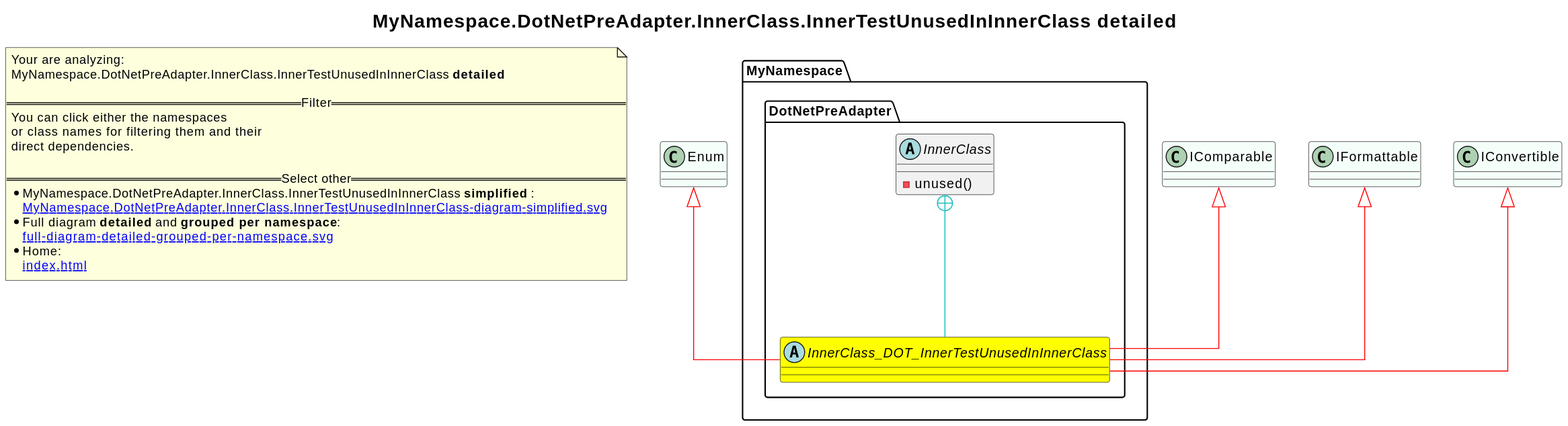
2BlackCoffees/revenger keeps this PlantUML diagram as revenger-csharp-adapter.out/MyNamespace.DotNetPreAdapter.InnerClass.InnerTestUnusedInInnerClass-diagram-detailed.svg. Above is the earlier version. Its diagram source:
```plantuml
@startuml
skinparam linetype ortho
title <size:20>MyNamespace.DotNetPreAdapter.InnerClass.InnerTestUnusedInInnerClass **detailed** </size>
note "Your are analyzing:\nMyNamespace.DotNetPreAdapter.InnerClass.InnerTestUnusedInInnerClass **detailed** \n\n==Filter==\nYou can click either the namespaces \nor class names for filtering them and their\ndirect dependencies.\n\n==Select other==\n* MyNamespace.DotNetPreAdapter.InnerClass.InnerTestUnusedInInnerClass **simplified** :\n   [[MyNamespace.DotNetPreAdapter.InnerClass.InnerTestUnusedInInnerClass-diagram-simplified.svg]]\n* Full diagram **detailed** and **grouped per namespace**:\n   [[full-diagram-detailed-grouped-per-namespace.svg]]\n* Home:\n   [[index.html]]" as FloatingNote
class Enum [[Enum-diagram-detailed.svg]] #MintCream {
}
class IComparable [[IComparable-diagram-detailed.svg]] #MintCream {
}
class IFormattable [[IFormattable-diagram-detailed.svg]] #MintCream {
}
class IConvertible [[IConvertible-diagram-detailed.svg]] #MintCream {
}
  abstract class MyNamespace.DotNetPreAdapter.InnerClass_DOT_InnerTestUnusedInInnerClass [[MyNamespace.DotNetPreAdapter.InnerClass.InnerTestUnusedInInnerClass-diagram-detailed.svg]] #yellow {
  }
  abstract class MyNamespace.DotNetPreAdapter.InnerClass [[MyNamespace.DotNetPreAdapter.InnerClass-diagram-detailed.svg]]  {
    - unused(<font color="6060BB"></font>)
  }
Enum <|-[#red]- MyNamespace.DotNetPreAdapter.InnerClass_DOT_InnerTestUnusedInInnerClass
IComparable <|-[#red]- MyNamespace.DotNetPreAdapter.InnerClass_DOT_InnerTestUnusedInInnerClass
IFormattable <|-[#red]- MyNamespace.DotNetPreAdapter.InnerClass_DOT_InnerTestUnusedInInnerClass
IConvertible <|-[#red]- MyNamespace.DotNetPreAdapter.InnerClass_DOT_InnerTestUnusedInInnerClass
MyNamespace.DotNetPreAdapter.InnerClass +-[#10BBBB]- MyNamespace.DotNetPreAdapter.InnerClass_DOT_InnerTestUnusedInInnerClass
@enduml
```
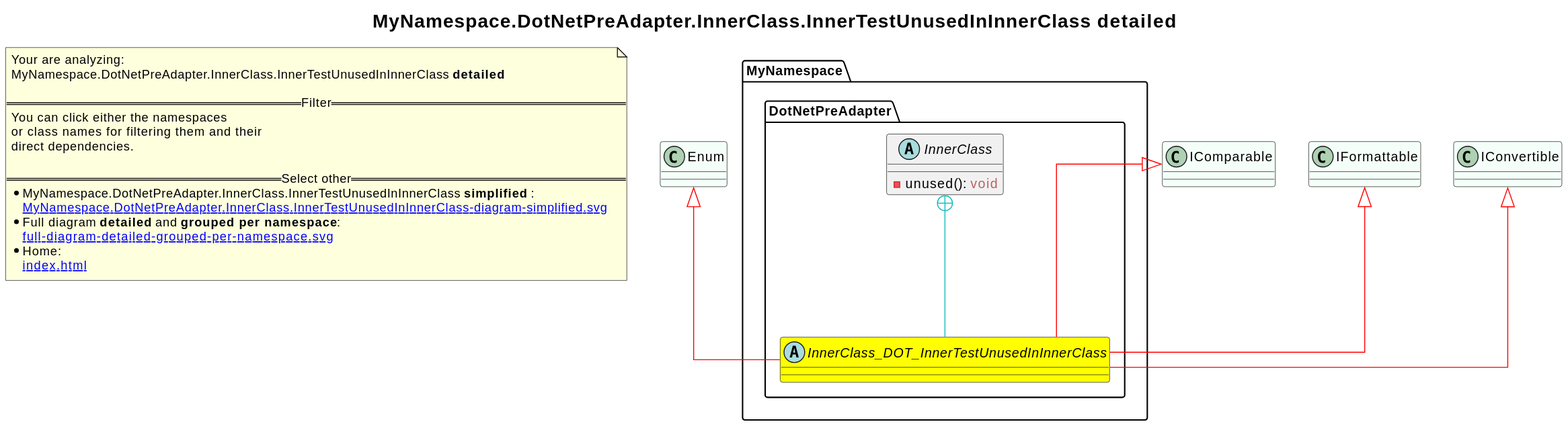
The same file after the commit.

Diff of the diagram source:
```diff
@@ -13,7 +13,7 @@
   abstract class MyNamespace.DotNetPreAdapter.InnerClass_DOT_InnerTestUnusedInInnerClass [[MyNamespace.DotNetPreAdapter.InnerClass.InnerTestUnusedInInnerClass-diagram-detailed.svg]] #yellow {
   }
   abstract class MyNamespace.DotNetPreAdapter.InnerClass [[MyNamespace.DotNetPreAdapter.InnerClass-diagram-detailed.svg]]  {
-    - unused(<font color="6060BB"></font>)
+    - unused(<font color="6060BB"></font>): <font color="BB6060">void</font>
   }
 Enum <|-[#red]- MyNamespace.DotNetPreAdapter.InnerClass_DOT_InnerTestUnusedInInnerClass
 IComparable <|-[#red]- MyNamespace.DotNetPreAdapter.InnerClass_DOT_InnerTestUnusedInInnerClass
```
